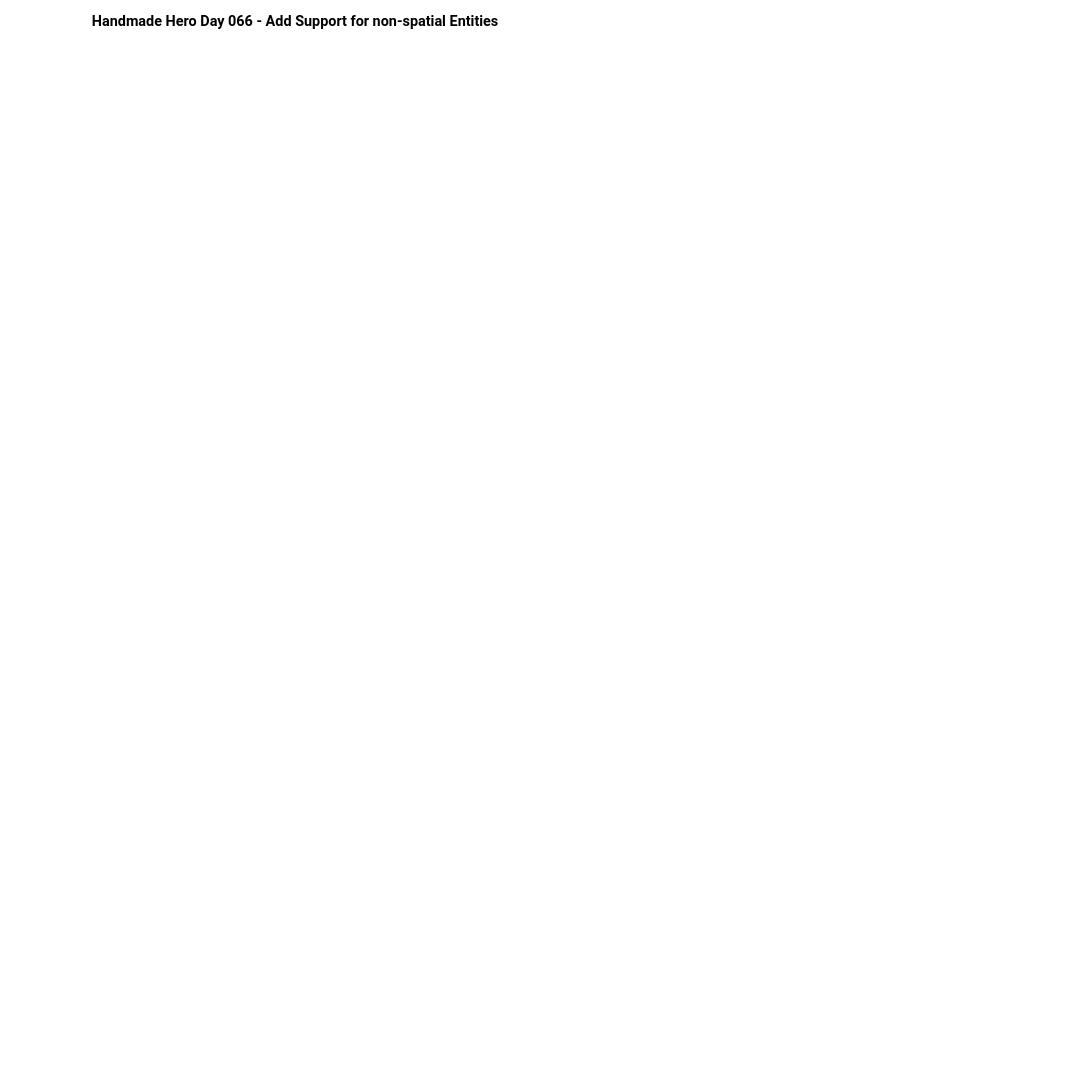
Before: page "Day 51-100" (4 of 4) of Handmadehero.drawio in xiaodongYao/DrawIO, a draw.io diagram. Source tidied: cells renumbered, new cells numbered last; positions are measured from the earlier drawing's top-left corner, leaving out a move shared by most shapes. Both pictures are drawn from the tidied source at 45%, with x=0, y=0 at pixel (91, 8).
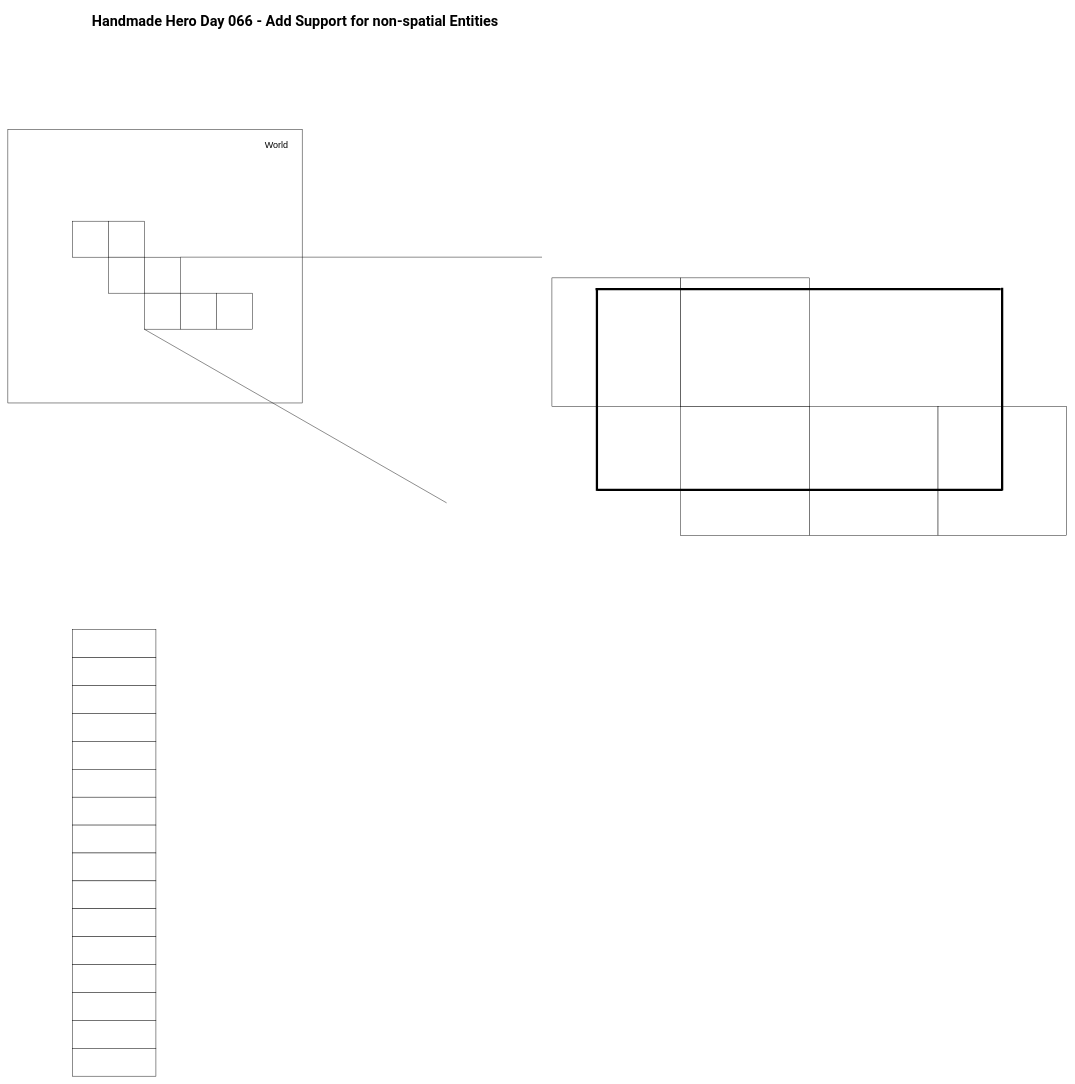
After the change.

What changed in the source:
```diff
@@
+    <mxCell id="3" style="rounded=0;whiteSpace=wrap;html=1;" parent="1" vertex="1">
+      <mxGeometry x="-185" y="270" width="654" height="608" as="geometry" />
+    </mxCell>
@@
+    <mxCell id="4" style="whiteSpace=wrap;html=1;" parent="1" vertex="1">
+      <mxGeometry x="-42" y="474" width="80" height="80" as="geometry" />
+    </mxCell>
+    <mxCell id="5" style="whiteSpace=wrap;html=1;" parent="1" vertex="1">
+      <mxGeometry x="38" y="474" width="80" height="80" as="geometry" />
+    </mxCell>
+    <mxCell id="6" style="whiteSpace=wrap;html=1;" parent="1" vertex="1">
+      <mxGeometry x="38" y="554" width="80" height="80" as="geometry" />
+    </mxCell>
+    <mxCell id="7" style="whiteSpace=wrap;html=1;" parent="1" vertex="1">
+      <mxGeometry x="118" y="554" width="80" height="80" as="geometry" />
+    </mxCell>
+    <mxCell id="8" style="whiteSpace=wrap;html=1;" parent="1" vertex="1">
+      <mxGeometry x="118" y="634" width="80" height="80" as="geometry" />
+    </mxCell>
+    <mxCell id="9" style="whiteSpace=wrap;html=1;" parent="1" vertex="1">
+      <mxGeometry x="198" y="634" width="80" height="80" as="geometry" />
+    </mxCell>
+    <mxCell id="10" style="whiteSpace=wrap;html=1;" parent="1" vertex="1">
+      <mxGeometry x="278" y="634" width="80" height="80" as="geometry" />
+    </mxCell>
+    <mxCell id="11" style="endArrow=none;html=1;rounded=0;exitX=1;exitY=0;exitDx=0;exitDy=0;" parent="1" edge="1" source="7">
+      <mxGeometry relative="1" as="geometry">
+        <mxPoint x="1002" y="554" as="targetPoint" />
+      </mxGeometry>
+    </mxCell>
+    <mxCell id="12" style="whiteSpace=wrap;html=1;rounded=0;glass=0;" parent="1" vertex="1">
+      <mxGeometry x="1024" y="600" width="286" height="286" as="geometry" />
+    </mxCell>
+    <mxCell id="13" style="endArrow=none;html=1;rounded=0;exitX=1;exitY=0;exitDx=0;exitDy=0;" parent="1" edge="1">
+      <mxGeometry relative="1" as="geometry">
+        <mxPoint x="118" y="714" as="sourcePoint" />
+        <mxPoint x="790" y="1100" as="targetPoint" />
+      </mxGeometry>
+    </mxCell>
+    <mxCell id="14" style="whiteSpace=wrap;html=1;" parent="1" vertex="1">
+      <mxGeometry x="1310" y="600" width="286" height="286" as="geometry" />
+    </mxCell>
+    <mxCell id="15" style="whiteSpace=wrap;html=1;" parent="1" vertex="1">
+      <mxGeometry x="1310" y="886" width="286" height="286" as="geometry" />
+    </mxCell>
+    <mxCell id="16" style="whiteSpace=wrap;html=1;" parent="1" vertex="1">
+      <mxGeometry x="1596" y="886" width="286" height="286" as="geometry" />
+    </mxCell>
+    <mxCell id="17" style="whiteSpace=wrap;html=1;" parent="1" vertex="1">
+      <mxGeometry x="1882" y="886" width="286" height="286" as="geometry" />
+    </mxCell>
+    <mxCell id="18" style="endArrow=none;html=1;rounded=0;strokeWidth=5;strokeColor=light-dark(#000000,#CC0000);" parent="1" edge="1">
+      <mxGeometry relative="1" as="geometry">
+        <mxPoint x="1121" y="625" as="sourcePoint" />
+        <mxPoint x="2021.3" y="625" as="targetPoint" />
+      </mxGeometry>
+    </mxCell>
+    <mxCell id="19" style="endArrow=none;html=1;rounded=0;strokeWidth=5;strokeColor=light-dark(#000000,#CC0000);" parent="1" edge="1">
+      <mxGeometry relative="1" as="geometry">
+        <mxPoint x="1124" y="623" as="sourcePoint" />
+        <mxPoint x="1124" y="1073.3" as="targetPoint" />
+      </mxGeometry>
+    </mxCell>
+    <mxCell id="20" style="endArrow=none;html=1;rounded=0;strokeWidth=5;strokeColor=light-dark(#000000,#CC0000);" parent="1" edge="1">
+      <mxGeometry relative="1" as="geometry">
+        <mxPoint x="1125" y="1071" as="sourcePoint" />
+        <mxPoint x="2025.3" y="1071" as="targetPoint" />
+      </mxGeometry>
+    </mxCell>
+    <mxCell id="21" style="endArrow=none;html=1;rounded=0;strokeWidth=5;strokeColor=light-dark(#000000,#CC0000);" parent="1" edge="1">
+      <mxGeometry relative="1" as="geometry">
+        <mxPoint x="2024.5" y="622" as="sourcePoint" />
+        <mxPoint x="2024.5" y="1072.3" as="targetPoint" />
+      </mxGeometry>
+    </mxCell>
+    <mxCell id="22" value="World" style="text;html=1;whiteSpace=wrap;strokeColor=none;fillColor=none;align=center;verticalAlign=middle;rounded=0;fontSize=20;" parent="1" vertex="1">
+      <mxGeometry x="382" y="289" width="60" height="30" as="geometry" />
+    </mxCell>
+    <mxCell id="23" style="rounded=0;whiteSpace=wrap;html=1;" parent="1" vertex="1">
+      <mxGeometry x="-42" y="1382" width="186" height="62" as="geometry" />
+    </mxCell>
+    <mxCell id="24" style="rounded=0;whiteSpace=wrap;html=1;" parent="1" vertex="1">
+      <mxGeometry x="-42" y="1444" width="186" height="62" as="geometry" />
+    </mxCell>
+    <mxCell id="25" style="rounded=0;whiteSpace=wrap;html=1;" parent="1" vertex="1">
+      <mxGeometry x="-42" y="1506" width="186" height="62" as="geometry" />
+    </mxCell>
+    <mxCell id="26" style="rounded=0;whiteSpace=wrap;html=1;" parent="1" vertex="1">
+      <mxGeometry x="-42" y="1568" width="186" height="62" as="geometry" />
+    </mxCell>
+    <mxCell id="27" style="rounded=0;whiteSpace=wrap;html=1;" parent="1" vertex="1">
+      <mxGeometry x="-42" y="1630" width="186" height="62" as="geometry" />
+    </mxCell>
+    <mxCell id="28" style="rounded=0;whiteSpace=wrap;html=1;" parent="1" vertex="1">
+      <mxGeometry x="-42" y="1692" width="186" height="62" as="geometry" />
+    </mxCell>
+    <mxCell id="29" style="rounded=0;whiteSpace=wrap;html=1;" parent="1" vertex="1">
+      <mxGeometry x="-42" y="1754" width="186" height="62" as="geometry" />
+    </mxCell>
+    <mxCell id="30" style="rounded=0;whiteSpace=wrap;html=1;" parent="1" vertex="1">
+      <mxGeometry x="-42" y="1816" width="186" height="62" as="geometry" />
+    </mxCell>
+    <mxCell id="31" style="rounded=0;whiteSpace=wrap;html=1;" parent="1" vertex="1">
+      <mxGeometry x="-42" y="1878" width="186" height="62" as="geometry" />
+    </mxCell>
+    <mxCell id="32" style="rounded=0;whiteSpace=wrap;html=1;" parent="1" vertex="1">
+      <mxGeometry x="-42" y="1940" width="186" height="62" as="geometry" />
+    </mxCell>
+    <mxCell id="33" style="rounded=0;whiteSpace=wrap;html=1;" parent="1" vertex="1">
+      <mxGeometry x="-42" y="2002" width="186" height="62" as="geometry" />
+    </mxCell>
+    <mxCell id="34" style="rounded=0;whiteSpace=wrap;html=1;" parent="1" vertex="1">
+      <mxGeometry x="-42" y="2064" width="186" height="62" as="geometry" />
+    </mxCell>
+    <mxCell id="35" style="rounded=0;whiteSpace=wrap;html=1;" parent="1" vertex="1">
+      <mxGeometry x="-42" y="2126" width="186" height="62" as="geometry" />
+    </mxCell>
+    <mxCell id="36" style="rounded=0;whiteSpace=wrap;html=1;" parent="1" vertex="1">
+      <mxGeometry x="-42" y="2188" width="186" height="62" as="geometry" />
+    </mxCell>
+    <mxCell id="37" style="rounded=0;whiteSpace=wrap;html=1;" parent="1" vertex="1">
+      <mxGeometry x="-42" y="2250" width="186" height="62" as="geometry" />
+    </mxCell>
+    <mxCell id="38" style="rounded=0;whiteSpace=wrap;html=1;" parent="1" vertex="1">
+      <mxGeometry x="-42" y="2312" width="186" height="62" as="geometry" />
+    </mxCell>
```
